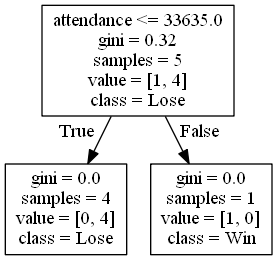
alexana-steck/CSE482Project keeps this Graphviz diagram as DecisionTrees/Mountain Westdecision_tree_no_score5.png. Above is the earlier version. Its source is kept beside it as DecisionTrees/Mountain Westdecision_tree_no_score5.dot. Source of this version:
```dot
digraph Tree {
node [shape=box] ;
0 [label="attendance <= 33635.0\ngini = 0.32\nsamples = 5\nvalue = [1, 4]\nclass = Lose"] ;
1 [label="gini = 0.0\nsamples = 4\nvalue = [0, 4]\nclass = Lose"] ;
0 -> 1 [labeldistance=2.5, labelangle=45, headlabel="True"] ;
2 [label="gini = 0.0\nsamples = 1\nvalue = [1, 0]\nclass = Win"] ;
0 -> 2 [labeldistance=2.5, labelangle=-45, headlabel="False"] ;
}
```
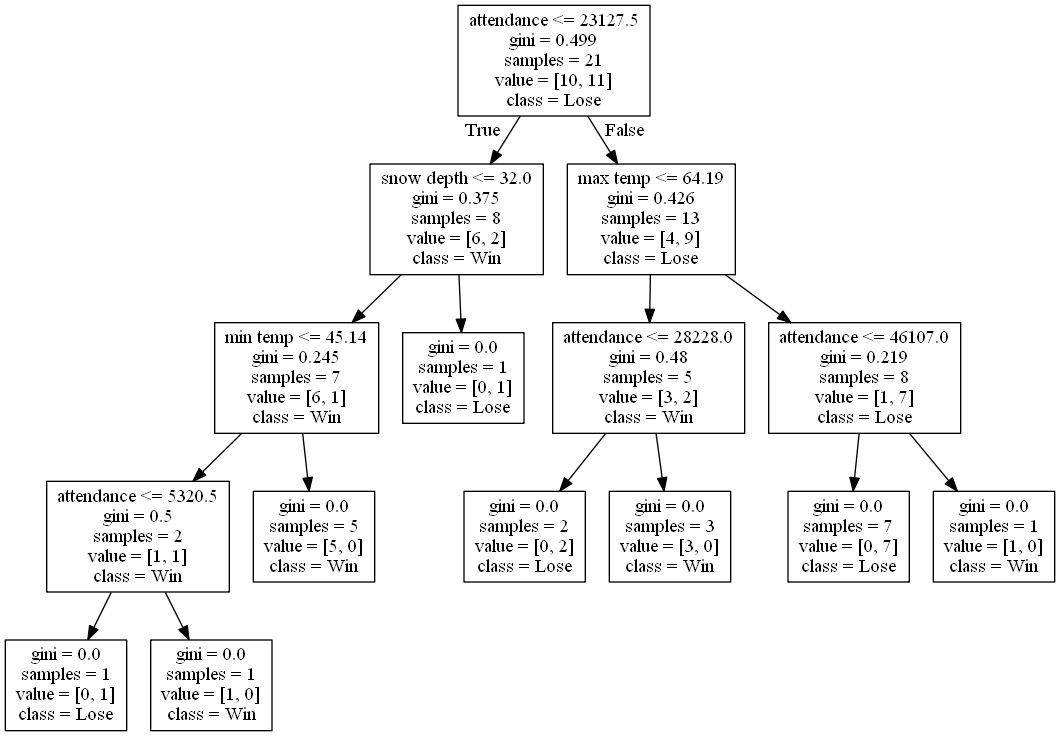
The same file after the commit.

Diff of the diagram source:
```diff
@@ -1,8 +1,32 @@
 digraph Tree {
 node [shape=box] ;
-0 [label="attendance <= 33635.0\ngini = 0.32\nsamples = 5\nvalue = [1, 4]\nclass = Lose"] ;
-1 [label="gini = 0.0\nsamples = 4\nvalue = [0, 4]\nclass = Lose"] ;
+0 [label="attendance <= 23127.5\ngini = 0.499\nsamples = 21\nvalue = [10, 11]\nclass = Lose"] ;
+1 [label="snow depth <= 32.0\ngini = 0.375\nsamples = 8\nvalue = [6, 2]\nclass = Win"] ;
 0 -> 1 [labeldistance=2.5, labelangle=45, headlabel="True"] ;
-2 [label="gini = 0.0\nsamples = 1\nvalue = [1, 0]\nclass = Win"] ;
-0 -> 2 [labeldistance=2.5, labelangle=-45, headlabel="False"] ;
+2 [label="min temp <= 45.14\ngini = 0.245\nsamples = 7\nvalue = [6, 1]\nclass = Win"] ;
+1 -> 2 ;
+3 [label="attendance <= 5320.5\ngini = 0.5\nsamples = 2\nvalue = [1, 1]\nclass = Win"] ;
+2 -> 3 ;
+4 [label="gini = 0.0\nsamples = 1\nvalue = [0, 1]\nclass = Lose"] ;
+3 -> 4 ;
+5 [label="gini = 0.0\nsamples = 1\nvalue = [1, 0]\nclass = Win"] ;
+3 -> 5 ;
+6 [label="gini = 0.0\nsamples = 5\nvalue = [5, 0]\nclass = Win"] ;
+2 -> 6 ;
+7 [label="gini = 0.0\nsamples = 1\nvalue = [0, 1]\nclass = Lose"] ;
+1 -> 7 ;
+8 [label="max temp <= 64.19\ngini = 0.426\nsamples = 13\nvalue = [4, 9]\nclass = Lose"] ;
+0 -> 8 [labeldistance=2.5, labelangle=-45, headlabel="False"] ;
+9 [label="attendance <= 28228.0\ngini = 0.48\nsamples = 5\nvalue = [3, 2]\nclass = Win"] ;
+8 -> 9 ;
+10 [label="gini = 0.0\nsamples = 2\nvalue = [0, 2]\nclass = Lose"] ;
+9 -> 10 ;
+11 [label="gini = 0.0\nsamples = 3\nvalue = [3, 0]\nclass = Win"] ;
+9 -> 11 ;
+12 [label="attendance <= 46107.0\ngini = 0.219\nsamples = 8\nvalue = [1, 7]\nclass = Lose"] ;
+8 -> 12 ;
+13 [label="gini = 0.0\nsamples = 7\nvalue = [0, 7]\nclass = Lose"] ;
+12 -> 13 ;
+14 [label="gini = 0.0\nsamples = 1\nvalue = [1, 0]\nclass = Win"] ;
+12 -> 14 ;
 }
```
